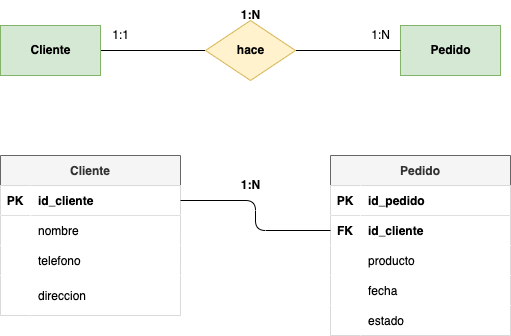
deylansystem/actividadesBAE keeps this draw.io diagram as tareas/tarea-3/images/ejercicio5.drawio.png. Above is the earlier version. Source tidied: cells renumbered, new cells last; positions are measured from the earlier drawing's top-left corner, leaving out a move shared by most shapes.
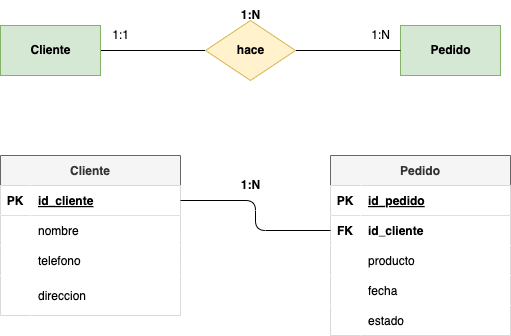
After the commit.

What changed in the source:
```diff
@@ -35,7 +35,7 @@
     <mxCell id="12" value="PK" style="shape=partialRectangle;fillColor=#FFFFFF;top=0;left=0;bottom=0;right=0;fontStyle=1;overflow=hidden;fontColor=#000000;" parent="11" vertex="1">
       <mxGeometry width="30" height="30" as="geometry" />
     </mxCell>
-    <mxCell id="13" value="id_cliente" style="shape=partialRectangle;fillColor=#FFFFFF;top=0;left=0;bottom=0;right=0;align=left;spacingLeft=6;fontStyle=1;overflow=hidden;fontColor=#000000;" parent="11" vertex="1">
+    <mxCell id="13" value="id_cliente" style="shape=partialRectangle;fillColor=#FFFFFF;top=0;left=0;bottom=0;right=0;align=left;spacingLeft=6;fontStyle=5;overflow=hidden;fontColor=#000000;" parent="11" vertex="1">
       <mxGeometry x="30" width="150" height="30" as="geometry" />
     </mxCell>
     <mxCell id="14" style="shape=tableRow;horizontal=0;startSize=0;swimlaneHead=0;swimlaneBody=0;fillColor=#FFFFFF;top=0;left=0;right=0;bottom=0;fontColor=#000000;" parent="10" vertex="1">
@@ -74,7 +74,7 @@
     <mxCell id="25" value="PK" style="shape=partialRectangle;fillColor=#FFFFFF;top=0;left=0;bottom=0;right=0;fontStyle=1;overflow=hidden;fontColor=#000000;" parent="24" vertex="1">
       <mxGeometry width="30" height="30" as="geometry" />
     </mxCell>
-    <mxCell id="26" value="id_pedido" style="shape=partialRectangle;fillColor=#FFFFFF;top=0;left=0;bottom=0;right=0;align=left;spacingLeft=6;fontStyle=1;overflow=hidden;fontColor=#000000;" parent="24" vertex="1">
+    <mxCell id="26" value="id_pedido" style="shape=partialRectangle;fillColor=#FFFFFF;top=0;left=0;bottom=0;right=0;align=left;spacingLeft=6;fontStyle=5;overflow=hidden;fontColor=#000000;" parent="24" vertex="1">
       <mxGeometry x="30" width="150" height="30" as="geometry" />
     </mxCell>
     <mxCell id="27" style="shape=tableRow;horizontal=0;startSize=0;swimlaneHead=0;swimlaneBody=0;fillColor=#FFFFFF;points=[[0,0.5],[1,0.5]];portConstraint=eastwest;top=0;left=0;right=0;bottom=0;fontColor=#000000;" parent="23" vertex="1">
```
